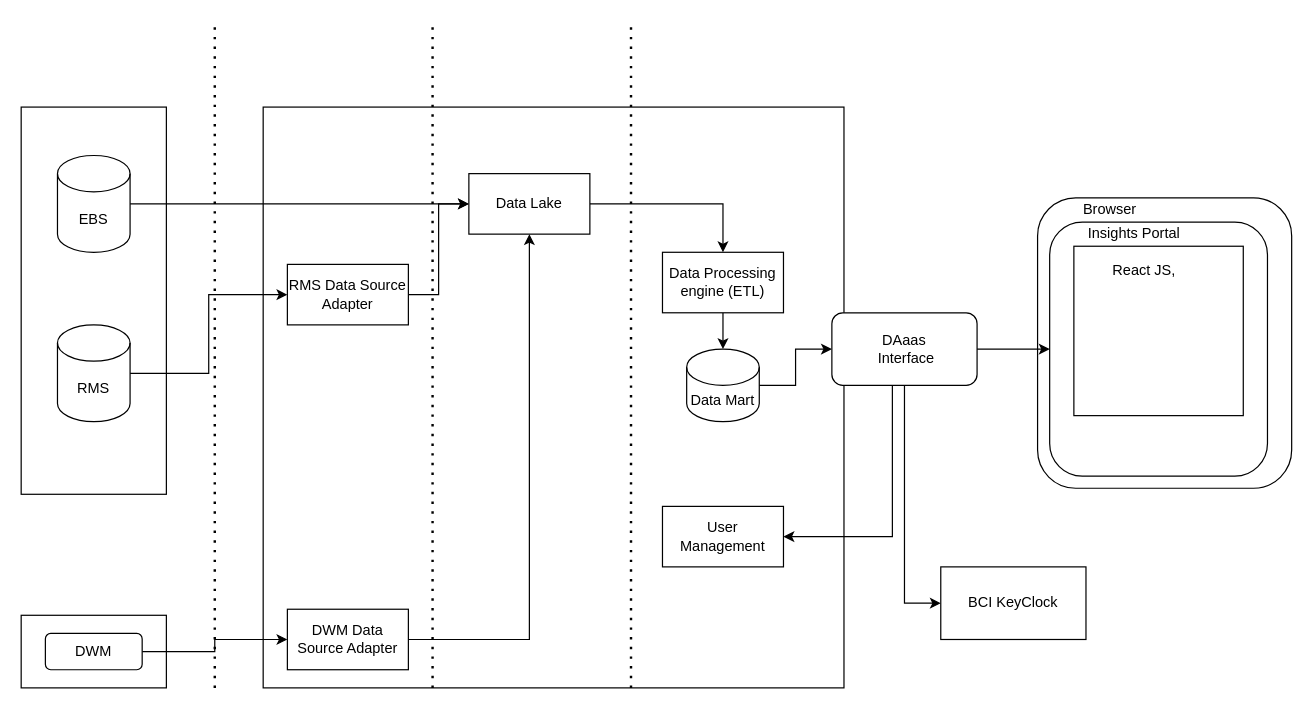
Above: Insights_App_Architecture.drawio in jayachandranjg/architecture (draw.io), before the change. Source tidied: cells renumbered, new cells numbered last; positions are measured from the earlier drawing's top-left corner, leaving out a move shared by most shapes. Both pictures are drawn from the tidied source at 121%, with x=0, y=0 at pixel (21, 22).
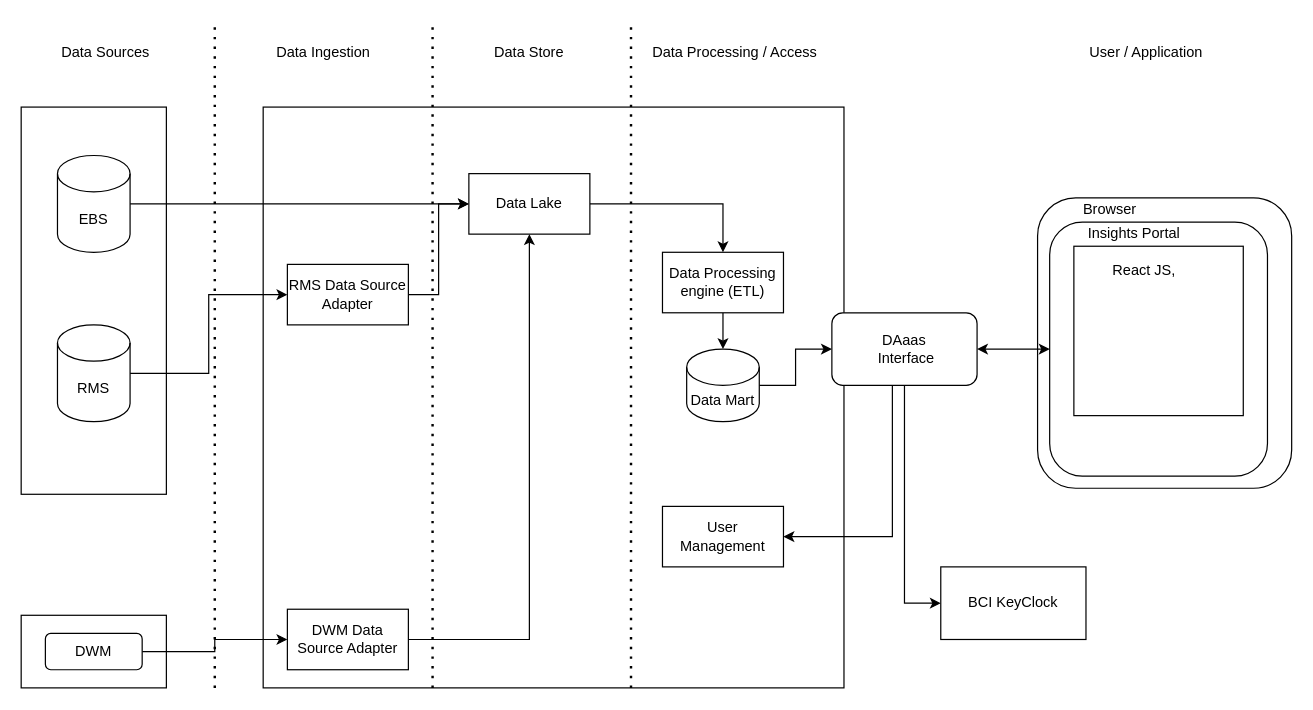
After the change.

The change refers to these unchanged cells:
```xml
<mxCell id="27" value="DAaas&lt;br&gt;&amp;nbsp;Interface" style="rounded=1;whiteSpace=wrap;html=1;" parent="1" vertex="1">
  <mxGeometry x="670" y="240" width="120" height="60" as="geometry" />
</mxCell>
<mxCell id="30" style="rounded=1;whiteSpace=wrap;html=1;" parent="1" vertex="1">
  <mxGeometry x="850" y="165" width="180" height="210" as="geometry" />
</mxCell>
```

What changed in the source:
```diff
@@
+    <mxCell id="36" value="Data Sources" style="text;html=1;strokeColor=none;fillColor=none;align=center;verticalAlign=middle;whiteSpace=wrap;rounded=0;" parent="1" vertex="1">
+      <mxGeometry y="10" width="140" height="30" as="geometry" />
+    </mxCell>
+    <mxCell id="37" value="Data Ingestion" style="text;html=1;strokeColor=none;fillColor=none;align=center;verticalAlign=middle;whiteSpace=wrap;rounded=0;" parent="1" vertex="1">
+      <mxGeometry x="180" y="10" width="140" height="30" as="geometry" />
+    </mxCell>
+    <mxCell id="38" value="Data Store" style="text;html=1;strokeColor=none;fillColor=none;align=center;verticalAlign=middle;whiteSpace=wrap;rounded=0;" parent="1" vertex="1">
+      <mxGeometry x="350" y="10" width="140" height="30" as="geometry" />
+    </mxCell>
+    <mxCell id="39" value="Data Processing / Access" style="text;html=1;strokeColor=none;fillColor=none;align=center;verticalAlign=middle;whiteSpace=wrap;rounded=0;" parent="1" vertex="1">
+      <mxGeometry x="510" y="10" width="160" height="30" as="geometry" />
+    </mxCell>
+    <mxCell id="40" value="User / Application" style="text;html=1;strokeColor=none;fillColor=none;align=center;verticalAlign=middle;whiteSpace=wrap;rounded=0;" parent="1" vertex="1">
+      <mxGeometry x="850" y="10" width="160" height="30" as="geometry" />
+    </mxCell>
-    <mxCell id="35" style="edgeStyle=orthogonalEdgeStyle;rounded=0;jettySize=auto;html=1;entryX=0;entryY=0.5;entryDx=0;entryDy=0;" parent="1" edge="1" source="27" target="30">
+    <mxCell id="35" style="endArrow=classic;startArrow=classic;html=1;rounded=0;exitX=1;exitY=0.5;exitDx=0;exitDy=0;entryX=0;entryY=0.5;entryDx=0;entryDy=0;entryPerimeter=0;" parent="1" edge="1" source="27" target="30">
       <mxGeometry relative="1" as="geometry" />
     </mxCell>
```
